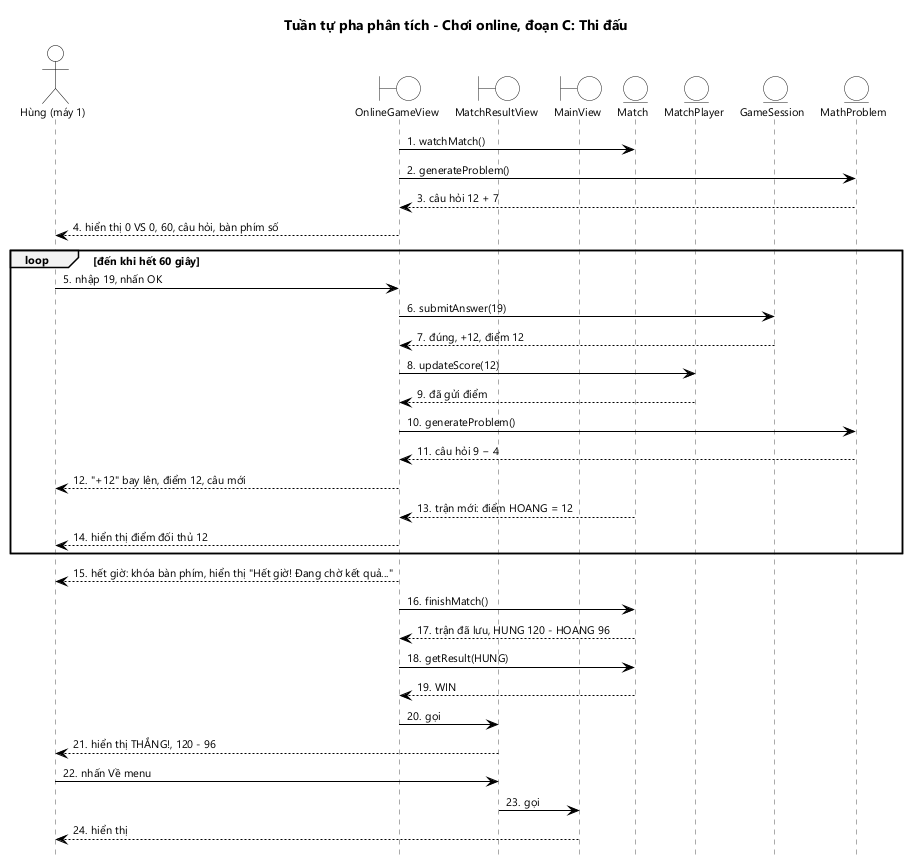
Earlier version of the PlantUML export docs/hung/tuan-tu-phan-tich-uc05c.png (HungNguyenBa1811/math-dash).
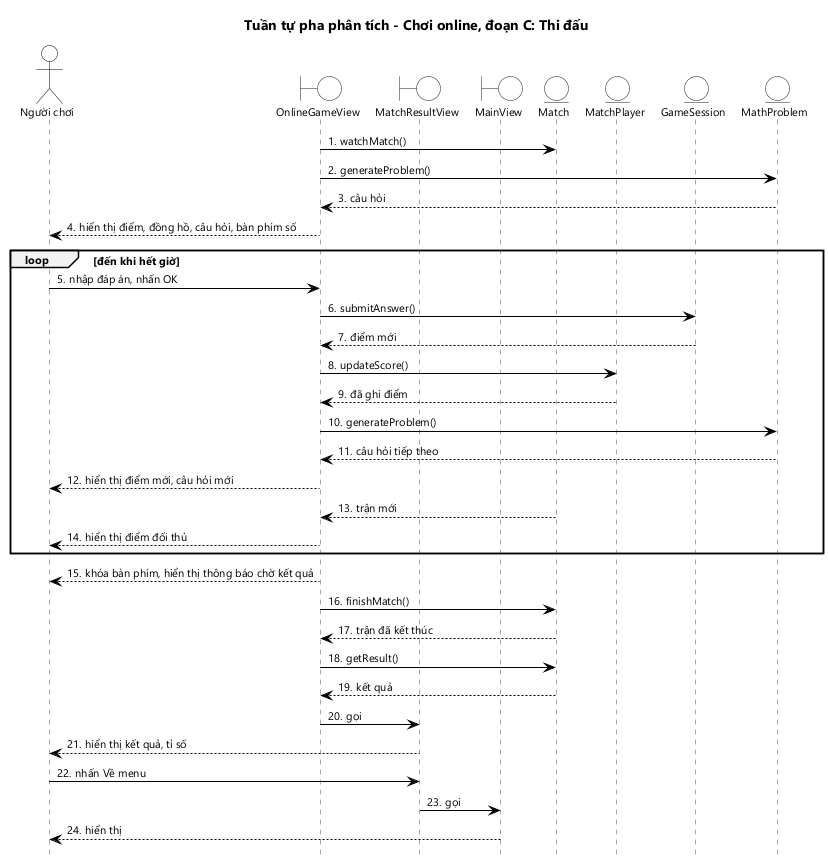
The same file after the commit.

What changed in the source:
```diff
@@ -2,7 +2,7 @@
 !include _seq.iuml
 title Tuần tự pha phân tích - Chơi online, đoạn C: Thi đấu
 
-actor "Hùng (máy 1)" as U
+actor "Người chơi" as U
 boundary OnlineGameView as GV
 boundary MatchResultView as RV
 boundary MainView as MV
@@ -13,27 +13,27 @@
 
 GV -> M : watchMatch()
 GV -> MPr : generateProblem()
-MPr --> GV : câu hỏi 12 + 7
-GV --> U : hiển thị 0 VS 0, 60, câu hỏi, bàn phím số
-loop đến khi hết 60 giây
-  U -> GV : nhập 19, nhấn OK
-  GV -> GS : submitAnswer(19)
-  GS --> GV : đúng, +12, điểm 12
-  GV -> MP : updateScore(12)
-  MP --> GV : đã gửi điểm
+MPr --> GV : câu hỏi
+GV --> U : hiển thị điểm, đồng hồ, câu hỏi, bàn phím số
+loop đến khi hết giờ
+  U -> GV : nhập đáp án, nhấn OK
+  GV -> GS : submitAnswer()
+  GS --> GV : điểm mới
+  GV -> MP : updateScore()
+  MP --> GV : đã ghi điểm
   GV -> MPr : generateProblem()
-  MPr --> GV : câu hỏi 9 − 4
-  GV --> U : "+12" bay lên, điểm 12, câu mới
-  M --> GV : trận mới: điểm HOANG = 12
-  GV --> U : hiển thị điểm đối thủ 12
+  MPr --> GV : câu hỏi tiếp theo
+  GV --> U : hiển thị điểm mới, câu hỏi mới
+  M --> GV : trận mới
+  GV --> U : hiển thị điểm đối thủ
 end
-GV --> U : hết giờ: khóa bàn phím, hiển thị "Hết giờ! Đang chờ kết quả..."
+GV --> U : khóa bàn phím, hiển thị thông báo chờ kết quả
 GV -> M : finishMatch()
-M --> GV : trận đã lưu, HUNG 120 - HOANG 96
-GV -> M : getResult(HUNG)
-M --> GV : WIN
+M --> GV : trận đã kết thúc
+GV -> M : getResult()
+M --> GV : kết quả
 GV -> RV : gọi
-RV --> U : hiển thị THẮNG!, 120 - 96
+RV --> U : hiển thị kết quả, tỉ số
 U -> RV : nhấn Về menu
 RV -> MV : gọi
 MV --> U : hiển thị
```
